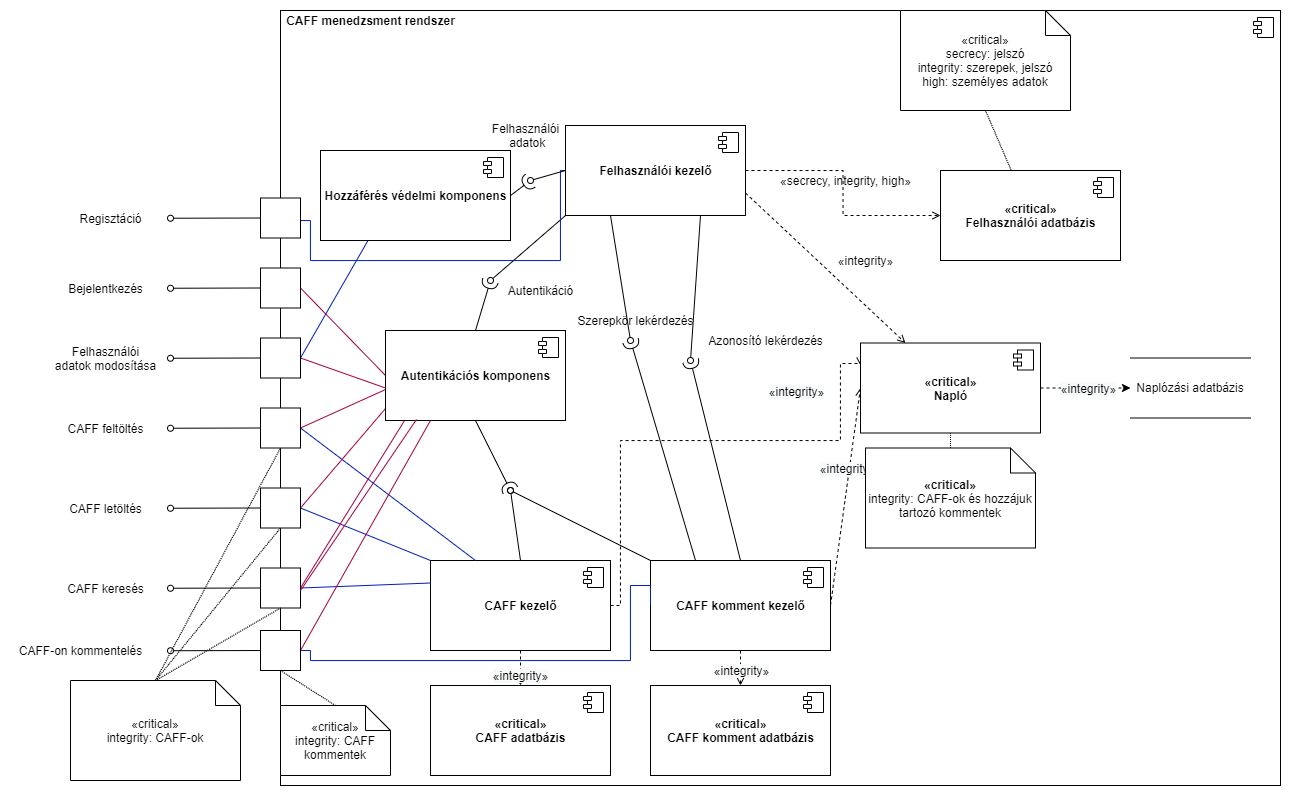
Before: plans/komponensDiagUMLKiterjesztés.drawio.png, a diagram exported from draw.io (zuper1998/SzamBiztHF). Source tidied: cells renumbered, new cells last; positions are measured from the earlier drawing's top-left corner, leaving out a move shared by most shapes.
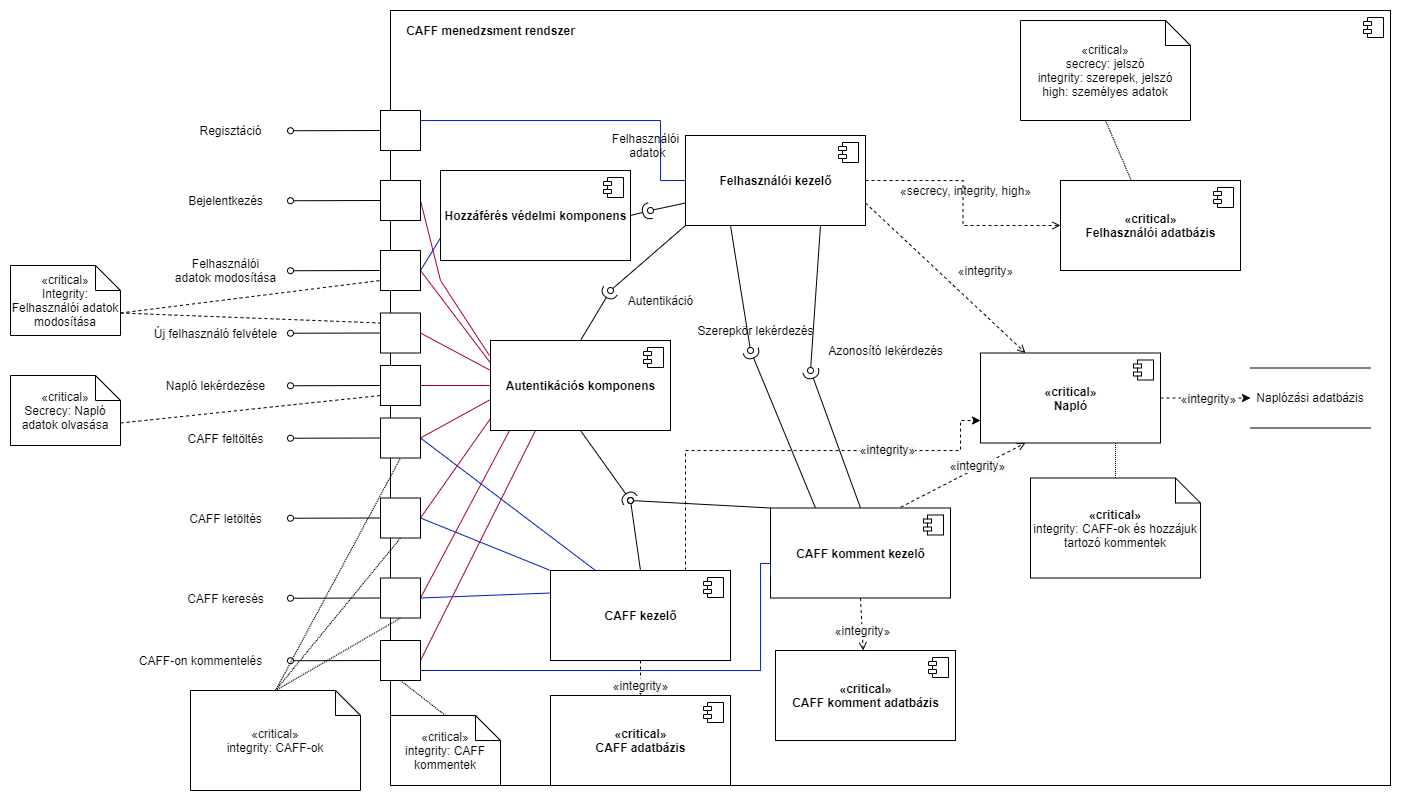
The same file after the commit.

Change to the diagram source:
```diff
@@ -5,3 +5,3 @@
     <mxCell id="2" style="html=1;" parent="1" vertex="1">
-      <mxGeometry x="270" width="1000" height="775" as="geometry" />
+      <mxGeometry x="260" y="-10" width="1000" height="775" as="geometry" />
     </mxCell>
@@ -50,9 +50,13 @@
     </mxCell>
+    <mxCell id="17" style="edgeStyle=none;rounded=0;jettySize=auto;html=1;exitX=0.5;exitY=0;exitDx=0;exitDy=0;endArrow=oval;endFill=0;strokeColor=#000000;strokeWidth=1;" parent="1" edge="1" source="18">
+      <mxGeometry relative="1" as="geometry">
+        <mxPoint x="500" y="480" as="targetPoint" />
+      </mxGeometry>
+    </mxCell>
-    <mxCell id="14" style="edgeStyle=orthogonalEdgeStyle;rounded=0;jettySize=auto;html=1;exitX=1;exitY=0.5;exitDx=0;exitDy=0;entryX=0;entryY=0.25;entryDx=0;entryDy=0;dashed=1;endArrow=open;endFill=0;" parent="1" edge="1" source="18" target="38">
+    <mxCell id="14" style="edgeStyle=orthogonalEdgeStyle;rounded=0;jettySize=auto;html=1;exitX=0.75;exitY=0;exitDx=0;exitDy=0;entryX=0;entryY=0.75;entryDx=0;entryDy=0;endArrow=classic;endFill=1;dashed=1;" parent="1" edge="1" source="18" target="38">
       <mxGeometry relative="1" as="geometry">
         <Array as="points">
-          <mxPoint x="610" y="595" />
-          <mxPoint x="610" y="430" />
+          <mxPoint x="555" y="430" />
           <mxPoint x="830" y="430" />
-          <mxPoint x="830" y="353" />
+          <mxPoint x="830" y="400" />
         </Array>
@@ -60,15 +64,5 @@
     </mxCell>
-    <mxCell id="15" value="&lt;span style=&quot;color: rgba(0 , 0 , 0 , 0) ; font-family: monospace ; font-size: 0px ; background-color: rgb(248 , 249 , 250)&quot;&gt;%3CmxGraphModel%3E%3Croot%3E%3CmxCell%20id%3D%220%22%2F%3E%3CmxCell%20id%3D%221%22%20parent%3D%220%22%2F%3E%3CmxCell%20id%3D%222%22%20value%3D%22%26lt%3Bspan%26gt%3B%C2%ABintegrity%C2%BB%26lt%3B%2Fspan%26gt%3B%22%20style%3D%22text%3Bhtml%3D1%3Balign%3Dcenter%3BverticalAlign%3Dmiddle%3Bresizable%3D0%3Bpoints%3D%5B%5D%3Bautosize%3D1%3BstrokeColor%3Dnone%3BfillColor%3Dnone%3B%22%20vertex%3D%221%22%20parent%3D%221%22%3E%3CmxGeometry%20x%3D%22600%22%20y%3D%22270%22%20width%3D%2270%22%20height%3D%2220%22%20as%3D%22geometry%22%2F%3E%3C%2FmxCell%3E%3C%2Froot%3E%3C%2FmxGraphModel%3E&lt;/span&gt;" style="edgeLabel;html=1;align=center;verticalAlign=middle;" parent="14" vertex="1">
-      <mxGeometry x="0.12" y="-1" relative="1" as="geometry" />
-    </mxCell>
-    <mxCell id="16" value="&lt;span style=&quot;font-size: 12px ; background-color: rgb(248 , 249 , 250)&quot;&gt;«integrity»&lt;/span&gt;" style="edgeLabel;html=1;align=center;verticalAlign=middle;" parent="14" vertex="1">
-      <mxGeometry x="0.16" y="1" relative="1" as="geometry">
-        <mxPoint x="63" y="-49" as="offset" />
-      </mxGeometry>
-    </mxCell>
-    <mxCell id="17" style="edgeStyle=none;rounded=0;jettySize=auto;html=1;exitX=0.5;exitY=0;exitDx=0;exitDy=0;endArrow=oval;endFill=0;strokeColor=#000000;strokeWidth=1;" parent="1" edge="1" source="18">
-      <mxGeometry relative="1" as="geometry">
-        <mxPoint x="500" y="480" as="targetPoint" />
-      </mxGeometry>
-    </mxCell>
+    <mxCell id="100" value="&lt;span style=&quot;font-size: 12px ; background-color: rgb(248 , 249 , 250)&quot;&gt;«integrity»&lt;/span&gt;" style="edgeLabel;html=1;align=center;verticalAlign=middle;" parent="14" vertex="1">
+      <mxGeometry x="0.44" y="2" relative="1" as="geometry" />
+    </mxCell>
     <mxCell id="18" value="CAFF kezelő" style="html=1;fontStyle=1;" parent="1" vertex="1">
@@ -99,3 +93,3 @@
     </mxCell>
-    <mxCell id="24" style="edgeStyle=none;rounded=0;jettySize=auto;html=1;exitX=1;exitY=0.5;exitDx=0;exitDy=0;entryX=0;entryY=0.5;entryDx=0;entryDy=0;dashed=1;endArrow=open;endFill=0;" parent="1" edge="1" source="27" target="38">
+    <mxCell id="24" style="edgeStyle=none;rounded=0;jettySize=auto;html=1;exitX=0.694;exitY=0.022;exitDx=0;exitDy=0;entryX=0.25;entryY=1;entryDx=0;entryDy=0;dashed=1;endArrow=open;endFill=0;exitPerimeter=0;" parent="1" edge="1" source="27" target="38">
       <mxGeometry relative="1" as="geometry" />
@@ -111,3 +105,3 @@
     <mxCell id="27" value="CAFF komment kezelő" style="html=1;fontStyle=1;" parent="1" vertex="1">
-      <mxGeometry x="640" y="550" width="180" height="90" as="geometry" />
+      <mxGeometry x="640" y="487.5" width="180" height="90" as="geometry" />
     </mxCell>
@@ -127,3 +121,3 @@
     <mxCell id="31" value="«critical»&lt;br&gt;CAFF komment adatbázis" style="html=1;fontStyle=1;" parent="1" vertex="1">
-      <mxGeometry x="640" y="675" width="180" height="90" as="geometry" />
+      <mxGeometry x="645" y="630" width="180" height="90" as="geometry" />
     </mxCell>
@@ -166,3 +160,3 @@
       <mxGeometry relative="1" as="geometry">
-        <mxPoint x="160" y="207.7" as="targetPoint" />
+        <mxPoint x="160" y="110.2" as="targetPoint" />
       </mxGeometry>
@@ -172,7 +166,5 @@
         <Array as="points">
-          <mxPoint x="290" y="210" />
-          <mxPoint x="300" y="210" />
-          <mxPoint x="300" y="250" />
-          <mxPoint x="550" y="250" />
-          <mxPoint x="550" y="160" />
+          <mxPoint x="290" y="100" />
+          <mxPoint x="530" y="100" />
+          <mxPoint x="530" y="160" />
         </Array>
@@ -181,3 +173,3 @@
     <mxCell id="43" style="whiteSpace=wrap;html=1;" parent="1" vertex="1">
-      <mxGeometry x="250" y="187.5" width="40" height="40" as="geometry" />
+      <mxGeometry x="250" y="90" width="40" height="40" as="geometry" />
     </mxCell>
@@ -185,10 +177,14 @@
       <mxGeometry relative="1" as="geometry">
-        <mxPoint x="160" y="277.7" as="targetPoint" />
+        <mxPoint x="160" y="180.2" as="targetPoint" />
       </mxGeometry>
     </mxCell>
-    <mxCell id="45" style="edgeStyle=none;rounded=0;jettySize=auto;html=1;exitX=1;exitY=0.5;exitDx=0;exitDy=0;entryX=0;entryY=0.5;entryDx=0;entryDy=0;endArrow=none;endFill=0;fillColor=#d80073;strokeColor=#A50040;strokeWidth=1;" parent="1" edge="1" source="46" target="83">
-      <mxGeometry relative="1" as="geometry" />
+    <mxCell id="45" style="edgeStyle=none;rounded=0;jettySize=auto;html=1;exitX=1;exitY=0.5;exitDx=0;exitDy=0;entryX=-0.006;entryY=0.167;entryDx=0;entryDy=0;endArrow=none;endFill=0;fillColor=#d80073;strokeColor=#A50040;strokeWidth=1;entryPerimeter=0;" parent="1" edge="1" source="46" target="83">
+      <mxGeometry relative="1" as="geometry">
+        <Array as="points">
+          <mxPoint x="310" y="260" />
+        </Array>
+      </mxGeometry>
     </mxCell>
     <mxCell id="46" style="whiteSpace=wrap;html=1;" parent="1" vertex="1">
-      <mxGeometry x="250" y="257.5" width="40" height="40" as="geometry" />
+      <mxGeometry x="250" y="160" width="40" height="40" as="geometry" />
     </mxCell>
@@ -241,10 +237,10 @@
     </mxCell>
+    <mxCell id="61" style="edgeStyle=none;rounded=0;jettySize=auto;html=1;exitX=1;exitY=0.5;exitDx=0;exitDy=0;entryX=0.25;entryY=1;entryDx=0;entryDy=0;endArrow=none;endFill=0;fillColor=#d80073;strokeColor=#A50040;strokeWidth=1;" parent="1" edge="1" source="62" target="83">
+      <mxGeometry relative="1" as="geometry" />
+    </mxCell>
-    <mxCell id="60" style="edgeStyle=orthogonalEdgeStyle;rounded=0;jettySize=auto;html=1;exitX=1;exitY=0.5;exitDx=0;exitDy=0;entryX=0;entryY=0.5;entryDx=0;entryDy=0;endArrow=none;endFill=0;fillColor=#0050ef;strokeColor=#001DBC;" parent="1" edge="1" source="62" target="27">
+    <mxCell id="60" style="edgeStyle=orthogonalEdgeStyle;rounded=0;jettySize=auto;html=1;exitX=1;exitY=0.75;exitDx=0;exitDy=0;entryX=0;entryY=0.75;entryDx=0;entryDy=0;endArrow=none;endFill=0;fillColor=#0050ef;strokeColor=#001DBC;" parent="1" edge="1" source="62" target="27">
       <mxGeometry relative="1" as="geometry">
         <Array as="points">
-          <mxPoint x="300" y="640" />
-          <mxPoint x="300" y="650" />
-          <mxPoint x="620" y="650" />
-          <mxPoint x="620" y="575" />
-          <mxPoint x="640" y="575" />
+          <mxPoint x="630" y="650" />
+          <mxPoint x="630" y="543" />
         </Array>
@@ -252,5 +248,2 @@
     </mxCell>
-    <mxCell id="61" style="edgeStyle=none;rounded=0;jettySize=auto;html=1;exitX=1;exitY=0.5;exitDx=0;exitDy=0;entryX=0.25;entryY=1;entryDx=0;entryDy=0;endArrow=none;endFill=0;fillColor=#d80073;strokeColor=#A50040;strokeWidth=1;" parent="1" edge="1" source="62" target="83">
-      <mxGeometry relative="1" as="geometry" />
-    </mxCell>
     <mxCell id="62" style="whiteSpace=wrap;html=1;" parent="1" vertex="1">
@@ -259,6 +252,6 @@
     <mxCell id="63" value="Regisztáció" style="text;html=1;align=center;verticalAlign=middle;strokeColor=none;fillColor=none;" parent="1" vertex="1">
-      <mxGeometry x="60" y="197.5" width="80" height="20" as="geometry" />
+      <mxGeometry x="60" y="100" width="80" height="20" as="geometry" />
     </mxCell>
     <mxCell id="64" value="Bejelentkezés" style="text;html=1;align=center;verticalAlign=middle;strokeColor=none;fillColor=none;" parent="1" vertex="1">
-      <mxGeometry x="50" y="267.5" width="90" height="20" as="geometry" />
+      <mxGeometry x="50" y="170" width="90" height="20" as="geometry" />
     </mxCell>
@@ -288,3 +281,3 @@
     </mxCell>
-    <mxCell id="73" style="edgeStyle=none;rounded=0;jettySize=auto;html=1;exitX=0.5;exitY=0;exitDx=0;exitDy=0;exitPerimeter=0;entryX=0.5;entryY=1;entryDx=0;entryDy=0;dashed=1;dashPattern=1 1;endArrow=none;endFill=0;" parent="1" edge="1" source="74" target="38">
+    <mxCell id="73" style="edgeStyle=none;rounded=0;jettySize=auto;html=1;exitX=0.5;exitY=0;exitDx=0;exitDy=0;exitPerimeter=0;entryX=0.75;entryY=1;entryDx=0;entryDy=0;dashed=1;dashPattern=1 1;endArrow=none;endFill=0;" parent="1" edge="1" source="74" target="38">
       <mxGeometry relative="1" as="geometry" />
@@ -292,3 +285,3 @@
     <mxCell id="74" value="&lt;b&gt;«critical»&lt;/b&gt;&lt;br&gt;integrity: CAFF-ok és hozzájuk tartozó kommentek" style="shape=note2;boundedLbl=1;whiteSpace=wrap;html=1;size=25;verticalAlign=middle;align=center;horizontal=1;labelPosition=center;verticalLabelPosition=middle;" parent="1" vertex="1">
-      <mxGeometry x="855" y="437.5" width="170" height="100" as="geometry" />
+      <mxGeometry x="900" y="457.5" width="170" height="100" as="geometry" />
     </mxCell>
@@ -310,3 +303,3 @@
     <mxCell id="80" value="«critical»&lt;br&gt;integrity: CAFF kommentek" style="shape=note2;boundedLbl=1;whiteSpace=wrap;html=1;size=25;verticalAlign=middle;align=center;horizontal=1;labelPosition=center;verticalLabelPosition=middle;" parent="1" vertex="1">
-      <mxGeometry x="270" y="695" width="110" height="70" as="geometry" />
+      <mxGeometry x="260" y="695" width="110" height="70" as="geometry" />
     </mxCell>
@@ -323,3 +316,3 @@
     <mxCell id="83" value="Autentikációs komponens" style="html=1;fontStyle=1;" parent="1" vertex="1">
-      <mxGeometry x="375" y="320" width="180" height="90" as="geometry" />
+      <mxGeometry x="360" y="320" width="180" height="90" as="geometry" />
     </mxCell>
@@ -333,6 +326,6 @@
     </mxCell>
-    <mxCell id="86" style="edgeStyle=none;rounded=0;jettySize=auto;html=1;exitX=1;exitY=0.5;exitDx=0;exitDy=0;entryX=0;entryY=0.639;entryDx=0;entryDy=0;entryPerimeter=0;endArrow=none;endFill=0;strokeColor=#A50040;strokeWidth=1;fillColor=#d80073;" parent="1" edge="1" source="88" target="83">
+    <mxCell id="86" style="edgeStyle=none;rounded=0;jettySize=auto;html=1;exitX=1;exitY=0.5;exitDx=0;exitDy=0;entryX=0;entryY=0.25;entryDx=0;entryDy=0;endArrow=none;endFill=0;strokeColor=#A50040;strokeWidth=1;fillColor=#d80073;" parent="1" edge="1" source="88" target="83">
       <mxGeometry relative="1" as="geometry" />
     </mxCell>
-    <mxCell id="87" style="edgeStyle=none;rounded=0;jettySize=auto;html=1;exitX=1;exitY=0.5;exitDx=0;exitDy=0;entryX=0.25;entryY=1;entryDx=0;entryDy=0;endArrow=none;endFill=0;strokeColor=#001DBC;strokeWidth=1;fillColor=#0050ef;" parent="1" edge="1" source="88" target="92">
+    <mxCell id="87" style="edgeStyle=none;rounded=0;jettySize=auto;html=1;exitX=1;exitY=0.5;exitDx=0;exitDy=0;entryX=0;entryY=0.75;entryDx=0;entryDy=0;endArrow=none;endFill=0;strokeColor=#001DBC;strokeWidth=1;fillColor=#0050ef;" parent="1" edge="1" source="88" target="92">
       <mxGeometry relative="1" as="geometry" />
@@ -340,3 +333,3 @@
     <mxCell id="88" style="whiteSpace=wrap;html=1;" parent="1" vertex="1">
-      <mxGeometry x="250" y="327.5" width="40" height="40" as="geometry" />
+      <mxGeometry x="250" y="230" width="40" height="40" as="geometry" />
     </mxCell>
@@ -344,3 +337,3 @@
       <mxGeometry relative="1" as="geometry">
-        <mxPoint x="160" y="347.7" as="targetPoint" />
+        <mxPoint x="160" y="250.2" as="targetPoint" />
       </mxGeometry>
@@ -348,3 +341,3 @@
     <mxCell id="90" value="Felhasználói&lt;br&gt;adatok&amp;nbsp;modosítása" style="text;html=1;align=center;verticalAlign=middle;strokeColor=none;fillColor=none;" parent="1" vertex="1">
-      <mxGeometry x="35" y="332.5" width="120" height="30" as="geometry" />
+      <mxGeometry x="35" y="235" width="120" height="30" as="geometry" />
     </mxCell>
@@ -352,3 +345,3 @@
       <mxGeometry relative="1" as="geometry">
-        <mxPoint x="520" y="170" as="targetPoint" />
+        <mxPoint x="520" y="190" as="targetPoint" />
       </mxGeometry>
@@ -356,3 +349,3 @@
     <mxCell id="92" value="Hozzáférés védelmi komponens" style="html=1;fontStyle=1;" parent="1" vertex="1">
-      <mxGeometry x="310" y="140" width="190" height="90" as="geometry" />
+      <mxGeometry x="310" y="150" width="190" height="90" as="geometry" />
     </mxCell>
@@ -363,5 +356,5 @@
     </mxCell>
-    <mxCell id="94" style="edgeStyle=none;rounded=0;jettySize=auto;html=1;exitX=0;exitY=0.5;exitDx=0;exitDy=0;endArrow=oval;endFill=0;strokeWidth=1;" parent="1" edge="1" source="8">
+    <mxCell id="94" style="edgeStyle=none;rounded=0;jettySize=auto;html=1;exitX=0;exitY=0.75;exitDx=0;exitDy=0;endArrow=oval;endFill=0;strokeWidth=1;" parent="1" edge="1" source="8">
       <mxGeometry relative="1" as="geometry">
-        <mxPoint x="520" y="170" as="targetPoint" />
+        <mxPoint x="520" y="190" as="targetPoint" />
       </mxGeometry>
@@ -374,17 +367,45 @@
     </mxCell>
-    <mxCell id="97" style="edgeStyle=none;rounded=0;jettySize=auto;html=1;exitX=1;exitY=0.5;exitDx=0;exitDy=0;entryX=0.172;entryY=0.989;entryDx=0;entryDy=0;entryPerimeter=0;fillColor=#d80073;strokeColor=#A50040;endArrow=none;endFill=0;" parent="1" edge="1" target="83">
-      <mxGeometry relative="1" as="geometry">
-        <mxPoint x="290" y="580" as="sourcePoint" />
-      </mxGeometry>
-    </mxCell>
-    <mxCell id="98" style="edgeStyle=none;rounded=0;jettySize=auto;html=1;exitX=0.5;exitY=1;exitDx=0;exitDy=0;dashed=1;endArrow=open;endFill=0;entryX=0.5;entryY=0;entryDx=0;entryDy=0;" parent="1" edge="1" target="x">
-      <mxGeometry relative="1" as="geometry">
-        <mxPoint x="930" y="640" as="sourcePoint" />
-      </mxGeometry>
-    </mxCell>
-    <mxCell id="99" value="&lt;span style=&quot;font-size: 12px ; background-color: rgb(248 , 249 , 250)&quot;&gt;«integrity»&lt;/span&gt;" style="edgeLabel;html=1;align=center;verticalAlign=middle;" parent="98" vertex="1">
-      <mxGeometry x="0.38" y="2" relative="1" as="geometry">
-        <mxPoint x="-2" y="-4" as="offset" />
-      </mxGeometry>
-    </mxCell>
+    <mxCell id="101" style="rounded=0;jettySize=auto;html=1;exitX=1;exitY=0.5;exitDx=0;exitDy=0;endArrow=none;endFill=0;fillColor=#d80073;strokeColor=#A50040;entryX=0;entryY=0.333;entryDx=0;entryDy=0;entryPerimeter=0;" parent="1" edge="1" source="102" target="83">
+      <mxGeometry relative="1" as="geometry" />
+    </mxCell>
+    <mxCell id="102" style="whiteSpace=wrap;html=1;" parent="1" vertex="1">
+      <mxGeometry x="250" y="292.5" width="40" height="40" as="geometry" />
+    </mxCell>
+    <mxCell id="103" style="edgeStyle=none;rounded=0;jettySize=auto;html=1;exitX=0;exitY=0.5;exitDx=0;exitDy=0;endArrow=oval;endFill=0;" parent="1" edge="1" source="102">
+      <mxGeometry relative="1" as="geometry">
+        <mxPoint x="160" y="312.7" as="targetPoint" />
+      </mxGeometry>
+    </mxCell>
+    <mxCell id="104" value="Új felhasználó felvétele" style="text;html=1;align=center;verticalAlign=middle;strokeColor=none;fillColor=none;" parent="1" vertex="1">
+      <mxGeometry x="15" y="302.5" width="140" height="20" as="geometry" />
+    </mxCell>
+    <mxCell id="105" style="edgeStyle=orthogonalEdgeStyle;rounded=0;jettySize=auto;html=1;exitX=1;exitY=0.5;exitDx=0;exitDy=0;entryX=0;entryY=0.5;entryDx=0;entryDy=0;endArrow=none;endFill=0;fillColor=#d80073;strokeColor=#A50040;" parent="1" edge="1" source="106" target="83">
+      <mxGeometry relative="1" as="geometry" />
+    </mxCell>
+    <mxCell id="106" style="whiteSpace=wrap;html=1;" parent="1" vertex="1">
+      <mxGeometry x="250" y="345" width="40" height="40" as="geometry" />
+    </mxCell>
+    <mxCell id="107" style="edgeStyle=none;rounded=0;jettySize=auto;html=1;exitX=0;exitY=0.5;exitDx=0;exitDy=0;endArrow=oval;endFill=0;" parent="1" edge="1" source="106">
+      <mxGeometry relative="1" as="geometry">
+        <mxPoint x="160" y="365.2" as="targetPoint" />
+      </mxGeometry>
+    </mxCell>
+    <mxCell id="108" value="Napló lekérdezése" style="text;html=1;align=center;verticalAlign=middle;strokeColor=none;fillColor=none;" parent="1" vertex="1">
+      <mxGeometry x="30" y="355" width="110" height="20" as="geometry" />
+    </mxCell>
+    <mxCell id="109" style="rounded=0;jettySize=auto;html=1;exitX=0;exitY=0;exitDx=110;exitDy=47.5;exitPerimeter=0;entryX=0;entryY=0.75;entryDx=0;entryDy=0;endArrow=none;endFill=0;dashed=1;" parent="1" edge="1" source="111" target="88">
+      <mxGeometry relative="1" as="geometry" />
+    </mxCell>
+    <mxCell id="110" style="edgeStyle=none;rounded=0;jettySize=auto;html=1;exitX=0;exitY=0;exitDx=110;exitDy=47.5;exitPerimeter=0;entryX=0;entryY=0.25;entryDx=0;entryDy=0;dashed=1;endArrow=none;endFill=0;" parent="1" edge="1" source="111" target="102">
+      <mxGeometry relative="1" as="geometry" />
+    </mxCell>
+    <mxCell id="111" value="«critical»&lt;br&gt;Integrity: Felhasználói adatok modosítása" style="shape=note2;boundedLbl=1;whiteSpace=wrap;html=1;size=25;verticalAlign=middle;align=center;horizontal=1;labelPosition=center;verticalLabelPosition=middle;" parent="1" vertex="1">
+      <mxGeometry x="-120" y="245" width="110" height="70" as="geometry" />
+    </mxCell>
+    <mxCell id="112" style="edgeStyle=none;rounded=0;jettySize=auto;html=1;exitX=0;exitY=0;exitDx=110;exitDy=47.5;exitPerimeter=0;entryX=0;entryY=0.75;entryDx=0;entryDy=0;dashed=1;endArrow=none;endFill=0;" parent="1" edge="1" source="113" target="106">
+      <mxGeometry relative="1" as="geometry" />
+    </mxCell>
+    <mxCell id="113" value="«critical»&lt;br&gt;Secrecy: Napló adatok olvasása" style="shape=note2;boundedLbl=1;whiteSpace=wrap;html=1;size=25;verticalAlign=middle;align=center;horizontal=1;labelPosition=center;verticalLabelPosition=middle;" parent="1" vertex="1">
+      <mxGeometry x="-120" y="355" width="110" height="70" as="geometry" />
+    </mxCell>
   </root>
```
